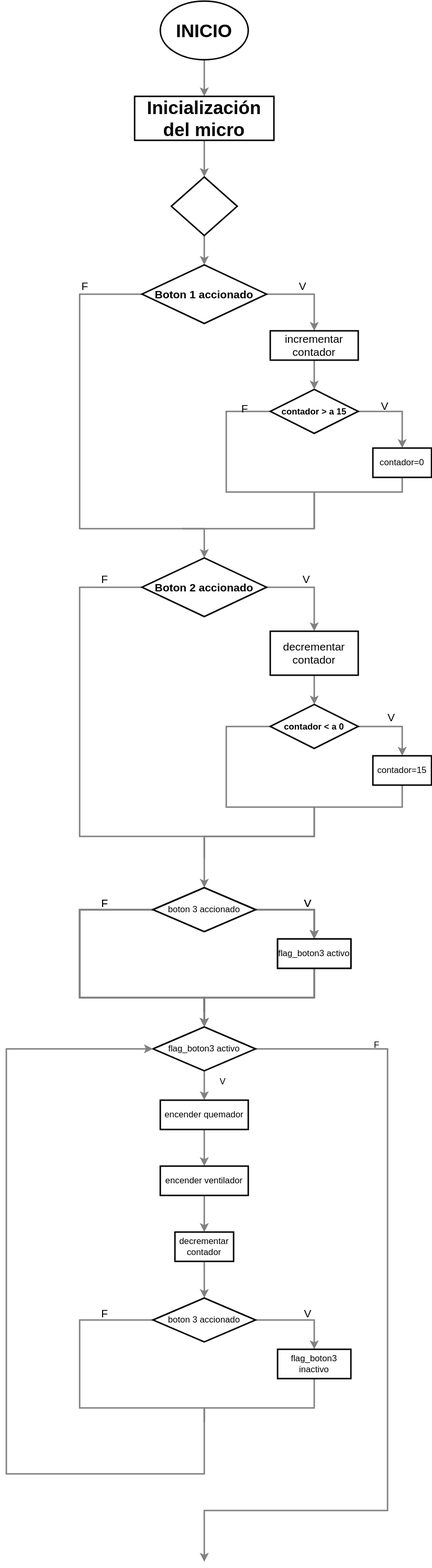
Kourii/integradora keeps this draw.io diagram as Diagrama.drawio.svg. Above is the earlier version. Source tidied: cells renumbered, new cells last; positions are measured from the earlier drawing's top-left corner, leaving out a move shared by most shapes.
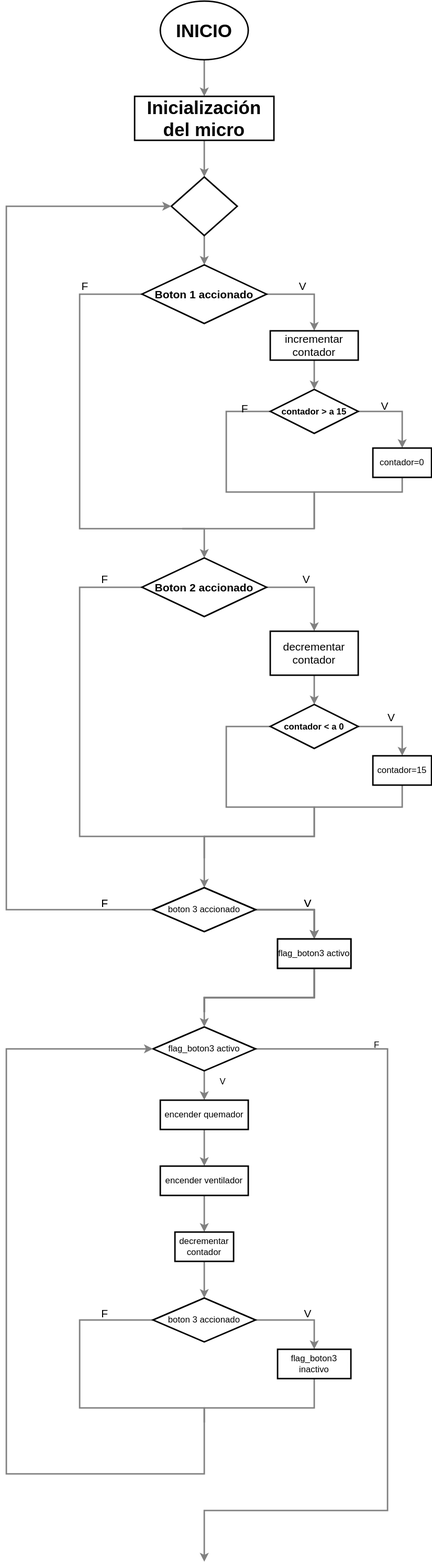
Above is the later version.

Diff of the diagram source:
```diff
@@ -154,19 +154,10 @@
     <mxCell id="34" style="edgeStyle=orthogonalEdgeStyle;rounded=0;jettySize=auto;html=1;exitX=1;exitY=0.5;exitDx=0;exitDy=0;strokeWidth=2;fontSize=12;endArrow=classic;endFill=1;entryX=0.5;entryY=0;entryDx=0;entryDy=0;" parent="1" edge="1" source="36" target="39">
       <mxGeometry relative="1" as="geometry" />
     </mxCell>
-    <mxCell id="35" style="edgeStyle=orthogonalEdgeStyle;rounded=0;jettySize=auto;html=1;exitX=0;exitY=0.5;exitDx=0;exitDy=0;strokeWidth=2;fontSize=12;endArrow=classic;endFill=1;" parent="1" edge="1" source="36" target="42">
-      <mxGeometry relative="1" as="geometry">
-        <Array as="points">
-          <mxPoint x="100" y="1240" />
-          <mxPoint x="100" y="1360" />
-          <mxPoint x="270" y="1360" />
-        </Array>
-      </mxGeometry>
-    </mxCell>
     <mxCell id="36" value="boton 3 accionado" style="rhombus;whiteSpace=wrap;html=1;labelBackgroundColor=none;strokeWidth=2;fontSize=12;" parent="1" vertex="1">
       <mxGeometry x="200" y="1210" width="140" height="60" as="geometry" />
     </mxCell>
-    <mxCell id="37" style="edgeStyle=orthogonalEdgeStyle;rounded=0;jettySize=auto;html=1;exitX=0.5;exitY=1;exitDx=0;exitDy=0;strokeWidth=2;fontSize=12;endArrow=classic;endFill=1;" parent="1" edge="1" target="x">
+    <mxCell id="37" style="edgeStyle=orthogonalEdgeStyle;rounded=0;orthogonalLoop=1;jettySize=auto;html=1;exitX=0.5;exitY=1;exitDx=0;exitDy=0;strokeWidth=2;fontSize=12;endArrow=classic;endFill=1;" parent="1" edge="1">
       <mxGeometry relative="1" as="geometry">
         <mxPoint x="270" y="1660" as="sourcePoint" />
       </mxGeometry>
@@ -231,22 +222,19 @@
     <mxCell id="51" style="edgeStyle=orthogonalEdgeStyle;rounded=0;jettySize=auto;html=1;exitX=1;exitY=0.5;exitDx=0;exitDy=0;strokeWidth=2;fontSize=12;endArrow=classic;endFill=1;entryX=0.5;entryY=0;entryDx=0;entryDy=0;strokeColor=#808080;" parent="1" edge="1" source="53" target="55">
       <mxGeometry relative="1" as="geometry" />
     </mxCell>
-    <mxCell id="52" style="edgeStyle=orthogonalEdgeStyle;rounded=0;jettySize=auto;html=1;exitX=0;exitY=0.5;exitDx=0;exitDy=0;strokeWidth=2;fontSize=12;endArrow=classic;endFill=1;strokeColor=#808080;" parent="1" edge="1" source="53">
+    <mxCell id="52" style="edgeStyle=orthogonalEdgeStyle;rounded=0;jettySize=auto;html=1;exitX=0;exitY=0.5;exitDx=0;exitDy=0;strokeWidth=2;fontSize=12;endArrow=classic;endFill=1;strokeColor=#808080;entryX=0;entryY=0.5;entryDx=0;entryDy=0;" parent="1" edge="1" source="53" target="7">
       <mxGeometry relative="1" as="geometry">
-        <mxPoint x="270" y="1400" as="targetPoint" />
         <Array as="points">
-          <mxPoint x="100" y="1240" />
-          <mxPoint x="100" y="1360" />
-          <mxPoint x="270" y="1360" />
+          <mxPoint y="1240" />
+          <mxPoint y="280" />
         </Array>
       </mxGeometry>
     </mxCell>
     <mxCell id="53" value="boton 3 accionado" style="rhombus;whiteSpace=wrap;html=1;labelBackgroundColor=none;strokeWidth=2;fontSize=12;" parent="1" vertex="1">
       <mxGeometry x="200" y="1210" width="140" height="60" as="geometry" />
     </mxCell>
-    <mxCell id="54" style="edgeStyle=orthogonalEdgeStyle;rounded=0;jettySize=auto;html=1;exitX=0.5;exitY=1;exitDx=0;exitDy=0;strokeWidth=2;fontSize=12;endArrow=none;endFill=0;strokeColor=#808080;" parent="1" edge="1" source="55">
+    <mxCell id="54" style="edgeStyle=orthogonalEdgeStyle;rounded=0;jettySize=auto;html=1;exitX=0.5;exitY=1;exitDx=0;exitDy=0;strokeWidth=2;fontSize=12;endArrow=classic;endFill=1;strokeColor=#808080;entryX=0.5;entryY=0;entryDx=0;entryDy=0;" parent="1" edge="1" source="55" target="42">
       <mxGeometry relative="1" as="geometry">
-        <mxPoint x="270" y="1380" as="targetPoint" />
         <Array as="points">
           <mxPoint x="420" y="1360" />
           <mxPoint x="270" y="1360" />
```
